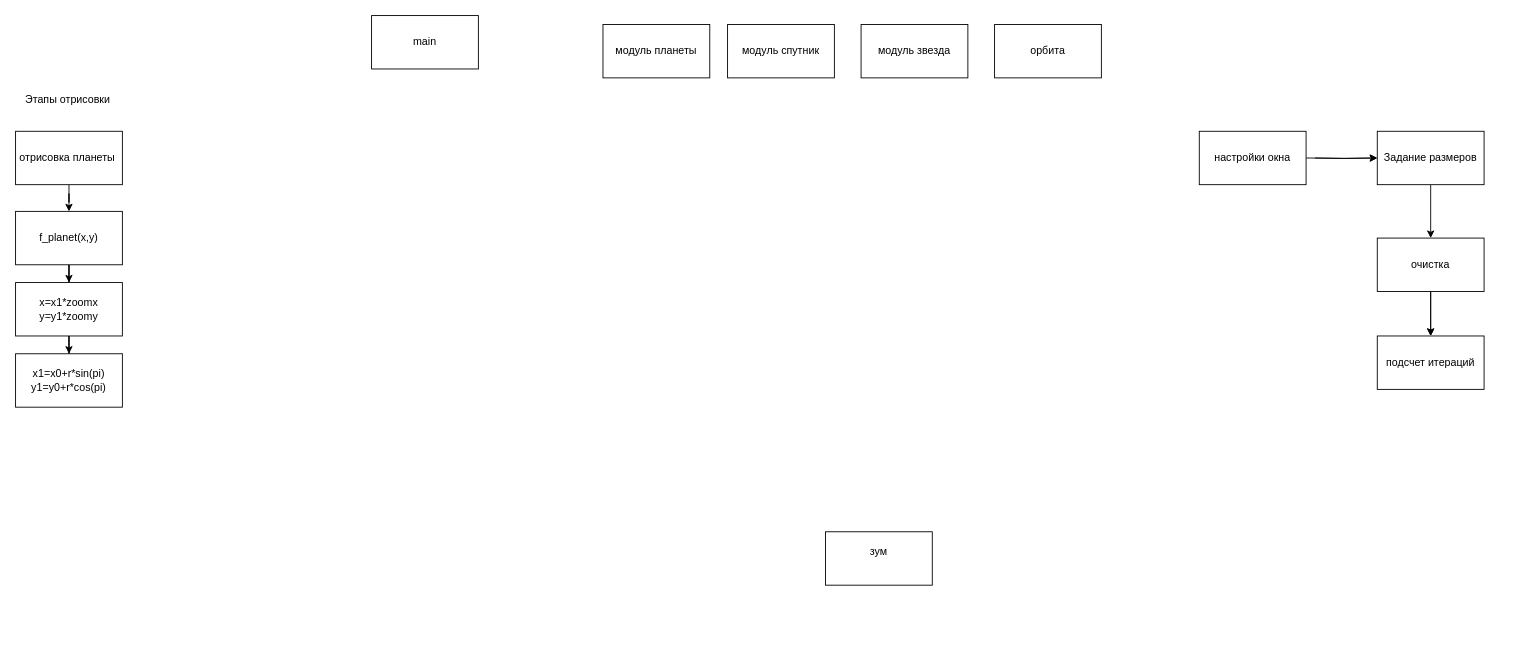
Janusz-Alexey/Draw_io keeps this draw.io diagram as pas_new.drawio. Above is the earlier version. Source tidied: cells renumbered, new cells numbered last; positions are measured from the earlier drawing's top-left corner, leaving out a move shared by most shapes. Both pictures are drawn from the tidied source at 89%, with x=0, y=0 at pixel (15, 15).
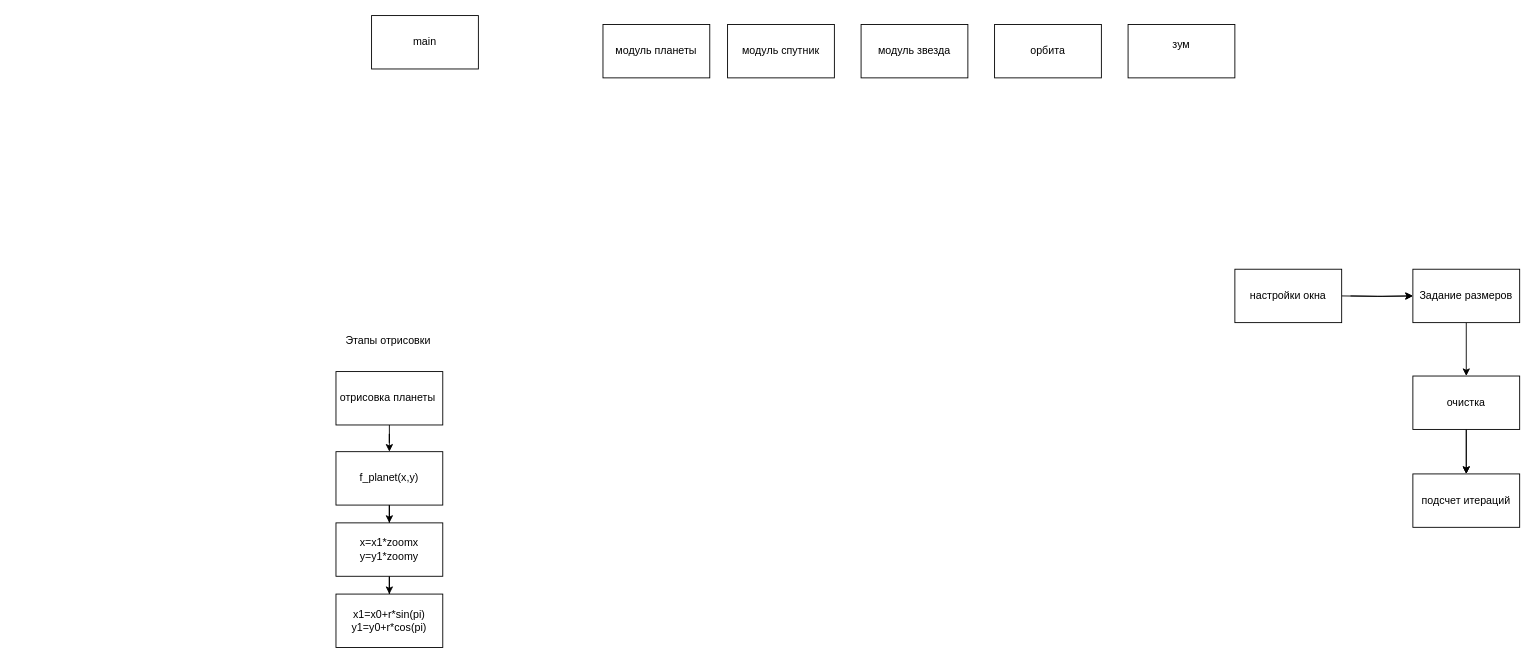
The same page after the edit.

The edit, as a diff of the source:
```diff
@@
     <mxCell id="7" style="edgeStyle=orthogonalEdgeStyle;rounded=0;jettySize=auto;html=1;" parent="1" edge="1" target="23">
       <mxGeometry relative="1" as="geometry">
-        <mxPoint x="1460" y="160" as="sourcePoint" />
+        <mxPoint x="1500" y="315" as="sourcePoint" />
       </mxGeometry>
     </mxCell>
     <mxCell id="8" style="edgeStyle=orthogonalEdgeStyle;rounded=0;jettySize=auto;html=1;" parent="1" edge="1" target="23">
       <mxGeometry relative="1" as="geometry">
-        <mxPoint x="1450" y="160" as="sourcePoint" />
+        <mxPoint x="1490" y="315" as="sourcePoint" />
       </mxGeometry>
     </mxCell>
     <mxCell id="9" value="настройки окна" style="whiteSpace=wrap;html=1;" parent="1" vertex="1">
-      <mxGeometry x="1330" y="130" width="120" height="60" as="geometry" />
+      <mxGeometry x="1370" y="285" width="120" height="60" as="geometry" />
     </mxCell>
@@
     <mxCell id="12" value="очистка" style="whiteSpace=wrap;html=1;" parent="1" vertex="1">
-      <mxGeometry x="1530" y="250" width="120" height="60" as="geometry" />
+      <mxGeometry x="1570" y="405" width="120" height="60" as="geometry" />
     </mxCell>
     <mxCell id="13" value="зум&lt;div&gt;&lt;br&gt;&lt;/div&gt;" style="whiteSpace=wrap;html=1;" parent="1" vertex="1">
-      <mxGeometry x="910" y="580" width="120" height="60" as="geometry" />
+      <mxGeometry x="1250" y="10" width="120" height="60" as="geometry" />
     </mxCell>
@@
     <mxCell id="15" value="отрисовка планеты&amp;nbsp;" style="whiteSpace=wrap;html=1;" parent="1" vertex="1">
-      <mxGeometry y="130" width="120" height="60" as="geometry" />
+      <mxGeometry x="360" y="400" width="120" height="60" as="geometry" />
     </mxCell>
@@
     <mxCell id="17" value="f_planet(x,y)" style="whiteSpace=wrap;html=1;" parent="1" vertex="1">
-      <mxGeometry y="220" width="120" height="60" as="geometry" />
+      <mxGeometry x="360" y="490" width="120" height="60" as="geometry" />
     </mxCell>
@@
     <mxCell id="19" value="x=x1*zoomx&lt;br&gt;y=y1*zoomy" style="whiteSpace=wrap;html=1;" parent="1" vertex="1">
-      <mxGeometry y="300" width="120" height="60" as="geometry" />
+      <mxGeometry x="360" y="570" width="120" height="60" as="geometry" />
     </mxCell>
     <mxCell id="20" value="x1=x0+r*sin(pi)&lt;br&gt;y1=y0+r*cos(pi)" style="whiteSpace=wrap;html=1;" parent="1" vertex="1">
-      <mxGeometry y="380" width="120" height="60" as="geometry" />
+      <mxGeometry x="360" y="650" width="120" height="60" as="geometry" />
     </mxCell>
     <mxCell id="21" value="Этапы отрисовки&amp;nbsp;" style="text;html=1;align=center;verticalAlign=middle;strokeColor=none;fillColor=none;" parent="1" vertex="1">
-      <mxGeometry y="80" width="120" height="30" as="geometry" />
+      <mxGeometry x="360" y="350" width="120" height="30" as="geometry" />
     </mxCell>
@@
     <mxCell id="23" value="Задание размеров" style="whiteSpace=wrap;html=1;" parent="1" vertex="1">
-      <mxGeometry x="1530" y="130" width="120" height="60" as="geometry" />
+      <mxGeometry x="1570" y="285" width="120" height="60" as="geometry" />
     </mxCell>
-    <mxCell id="24" value="подсчет итераций" style="whiteSpace=wrap;html=1;" parent="1" vertex="1">
-      <mxGeometry x="1530" y="360" width="120" height="60" as="geometry" />
+    <mxCell id="24" value="подсчет итераций" style="whiteSpace=wrap;html=1;strokeColor=light-dark(#000000,#990000);" parent="1" vertex="1">
+      <mxGeometry x="1570" y="515" width="120" height="60" as="geometry" />
     </mxCell>
```
